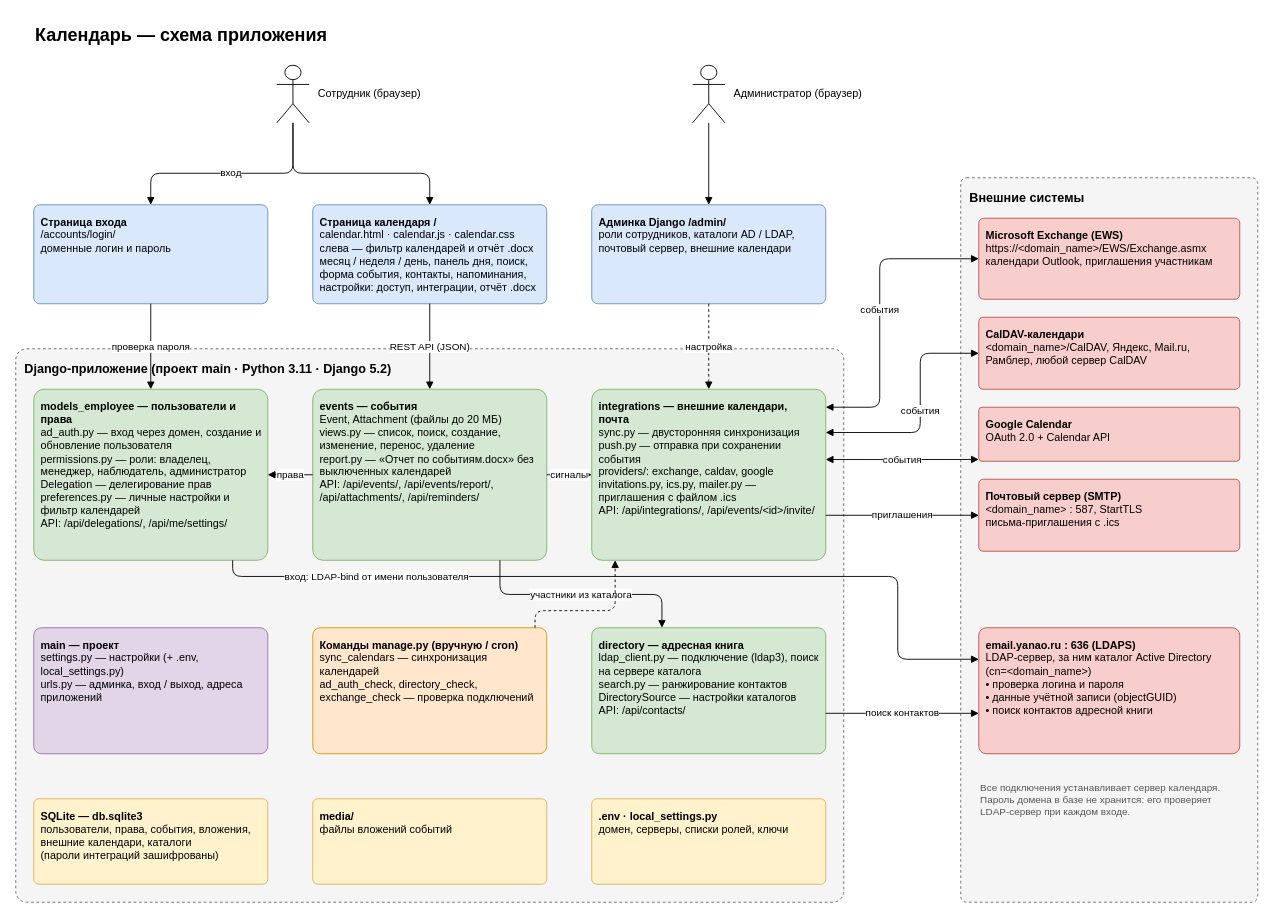
This is docs/shema.drawio from valentinodintsov/calendar, a draw.io file, before an edit. Source tidied: cells renumbered, new cells numbered last; positions are measured from the earlier drawing's top-left corner, leaving out a move shared by most shapes. Both pictures are drawn from the tidied source at 90%, with x=0, y=0 at pixel (15, 15).
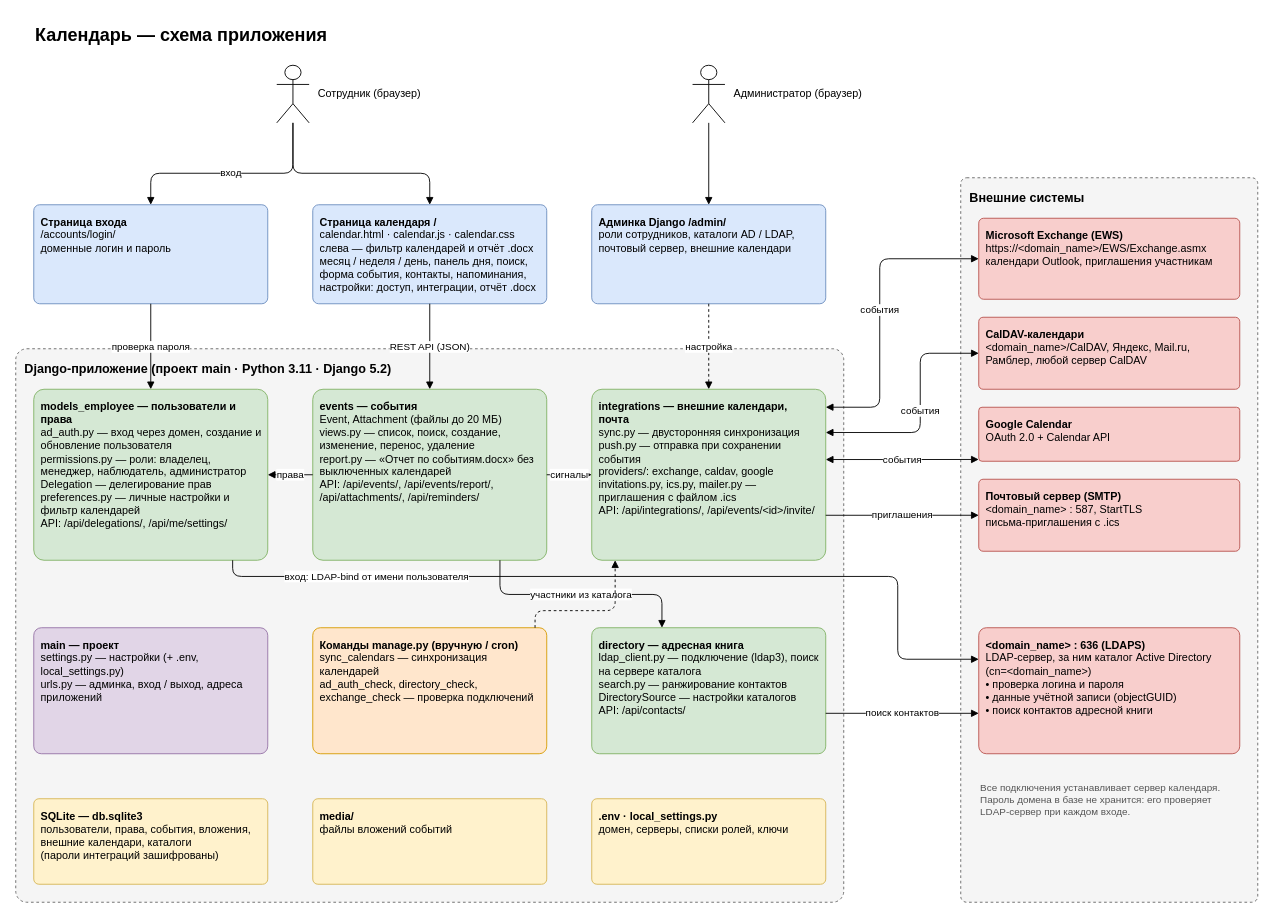
The same page after the edit.

Diff of the diagram source:
```diff
@@
-    <mxCell id="33" value="&lt;b&gt;email.yanao.ru : 636 (LDAPS)&lt;/b&gt;&lt;br&gt;LDAP-сервер, за ним каталог Active Directory (cn=&amp;lt;domain_name&amp;gt;)&lt;br&gt;• проверка логина и пароля&lt;br&gt;• данные учётной записи (objectGUID)&lt;br&gt;• поиск контактов адресной книги" style="rounded=1;whiteSpace=wrap;html=1;align=left;verticalAlign=top;spacing=8;arcSize=6;fontFamily=Helvetica;fontSize=12;fillColor=#f8cecc;strokeColor=#b85450;" parent="1" vertex="1">
+    <mxCell id="33" value="&lt;b&gt;&amp;lt;domain_name&amp;gt; : 636 (LDAPS)&lt;/b&gt;&lt;br&gt;LDAP-сервер, за ним каталог Active Directory (cn=&amp;lt;domain_name&amp;gt;)&lt;br&gt;• проверка логина и пароля&lt;br&gt;• данные учётной записи (objectGUID)&lt;br&gt;• поиск контактов адресной книги" style="rounded=1;whiteSpace=wrap;html=1;align=left;verticalAlign=top;spacing=8;arcSize=6;fontFamily=Helvetica;fontSize=12;fillColor=#f8cecc;strokeColor=#b85450;" parent="1" vertex="1">
       <mxGeometry x="1070" y="680" width="290" height="140" as="geometry" />
     </mxCell>
```
